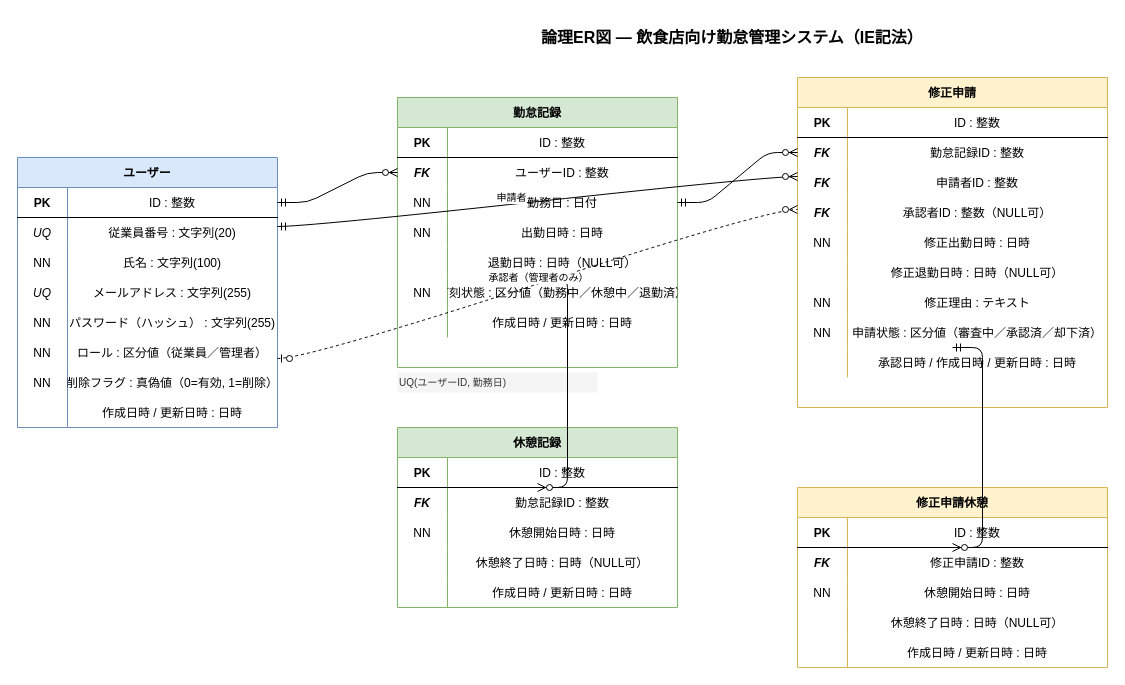
This is er-logical.drawio from youtoishi754/attendance-management-app, a draw.io file, before an edit. Source tidied: cells renumbered, new cells numbered last; positions are measured from the earlier drawing's top-left corner, leaving out a move shared by most shapes. Both pictures are drawn from the tidied source at 100%, with x=0, y=0 at pixel (17, 17).
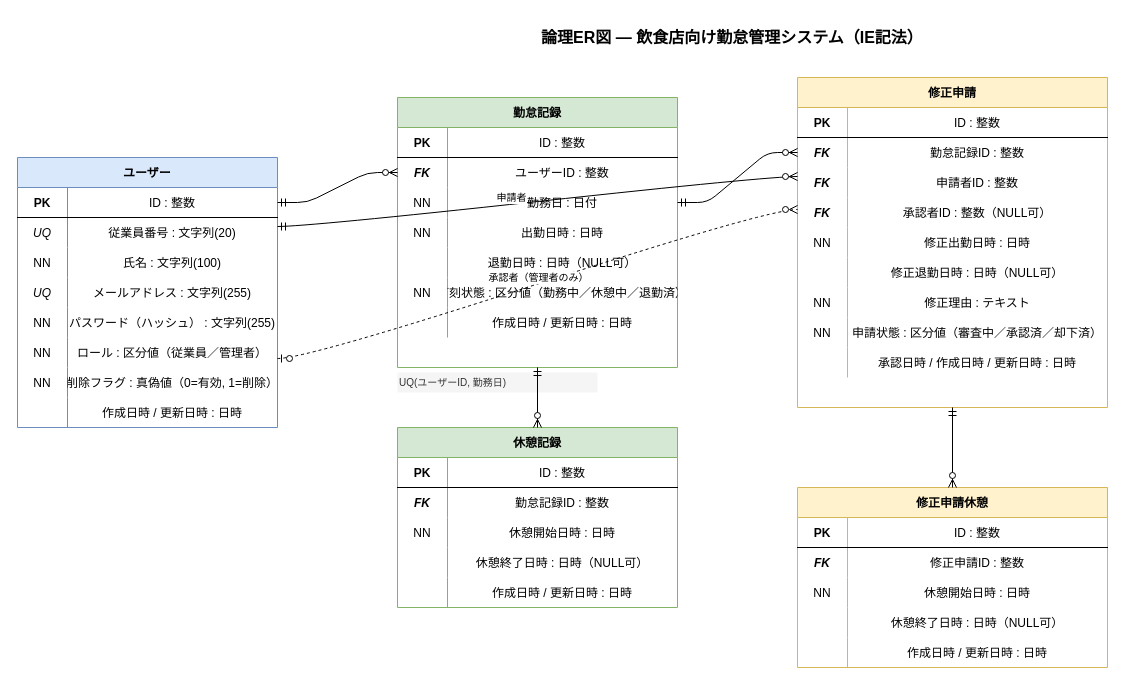
Above is the later version.

Unchanged cells that the change refers to:
```xml
<mxCell id="28" value="勤怠記録" style="shape=table;startSize=30;childLayout=tableLayout;rowLines=0;fontStyle=1;align=center;fillColor=#d5e8d4;strokeColor=#82b366;" parent="1" vertex="1">
  <mxGeometry x="380" y="80" width="280" height="270" as="geometry" />
</mxCell>
<mxCell id="41" style="shape=tableRow;horizontal=0;startSize=0;swimlaneHead=0;swimlaneBody=0;fillColor=none;points=[[0,0.5],[1,0.5]];portConstraint=eastwest;top=0;left=0;right=0;bottom=0;" parent="28" vertex="1">
  <mxGeometry y="150" width="280" height="30" as="geometry" />
</mxCell>
<mxCell id="51" value="休憩記録" style="shape=table;startSize=30;childLayout=tableLayout;rowLines=0;fontStyle=1;align=center;fillColor=#d5e8d4;strokeColor=#82b366;" parent="1" vertex="1">
  <mxGeometry x="380" y="410" width="280" height="180" as="geometry" />
</mxCell>
<mxCell id="55" style="shape=tableRow;horizontal=0;startSize=0;swimlaneHead=0;swimlaneBody=0;fillColor=none;points=[[0,0.5],[1,0.5]];portConstraint=eastwest;top=0;left=0;right=0;bottom=0;" parent="51" vertex="1">
  <mxGeometry y="60" width="280" height="30" as="geometry" />
</mxCell>
<mxCell id="67" value="修正申請" style="shape=table;startSize=30;childLayout=tableLayout;rowLines=0;fontStyle=1;align=center;fillColor=#fff2cc;strokeColor=#d6b656;" parent="1" vertex="1">
  <mxGeometry x="780" y="60" width="310" height="330" as="geometry" />
</mxCell>
<mxCell id="89" style="shape=tableRow;horizontal=0;startSize=0;swimlaneHead=0;swimlaneBody=0;fillColor=none;points=[[0,0.5],[1,0.5]];portConstraint=eastwest;top=0;left=0;right=0;bottom=0;" parent="67" vertex="1">
  <mxGeometry y="240" width="310" height="30" as="geometry" />
</mxCell>
<mxCell id="95" value="修正申請休憩" style="shape=table;startSize=30;childLayout=tableLayout;rowLines=0;fontStyle=1;align=center;fillColor=#fff2cc;strokeColor=#d6b656;" parent="1" vertex="1">
  <mxGeometry x="780" y="470" width="310" height="180" as="geometry" />
</mxCell>
<mxCell id="99" style="shape=tableRow;horizontal=0;startSize=0;swimlaneHead=0;swimlaneBody=0;fillColor=none;points=[[0,0.5],[1,0.5]];portConstraint=eastwest;top=0;left=0;right=0;bottom=0;" parent="95" vertex="1">
  <mxGeometry y="60" width="310" height="30" as="geometry" />
</mxCell>
```

The edit, as a diff of the source:
```diff
@@
-    <mxCell id="112" style="edgeStyle=entityRelationEdgeStyle;endArrow=ERzeroToMany;startArrow=ERmandOne;exitX=0.5;exitY=1;exitDx=0;exitDy=0;entryX=0.5;entryY=0;entryDx=0;entryDy=0;" parent="1" edge="1" source="41" target="55">
+    <mxCell id="112" style="edgeStyle=none;endArrow=ERzeroToMany;startArrow=ERmandOne;exitX=0.5;exitY=1;exitDx=0;exitDy=0;entryX=0.5;entryY=0;entryDx=0;entryDy=0;" parent="1" edge="1" source="28" target="51">
       <mxGeometry relative="1" as="geometry" />
     </mxCell>
@@
-    <mxCell id="118" style="edgeStyle=entityRelationEdgeStyle;endArrow=ERzeroToMany;startArrow=ERmandOne;exitX=0.5;exitY=1;exitDx=0;exitDy=0;entryX=0.5;entryY=0;entryDx=0;entryDy=0;" parent="1" edge="1" source="89" target="99">
+    <mxCell id="118" style="edgeStyle=none;endArrow=ERzeroToMany;startArrow=ERmandOne;exitX=0.5;exitY=1;exitDx=0;exitDy=0;entryX=0.5;entryY=0;entryDx=0;entryDy=0;" parent="1" edge="1" source="67" target="95">
       <mxGeometry relative="1" as="geometry" />
     </mxCell>
```
